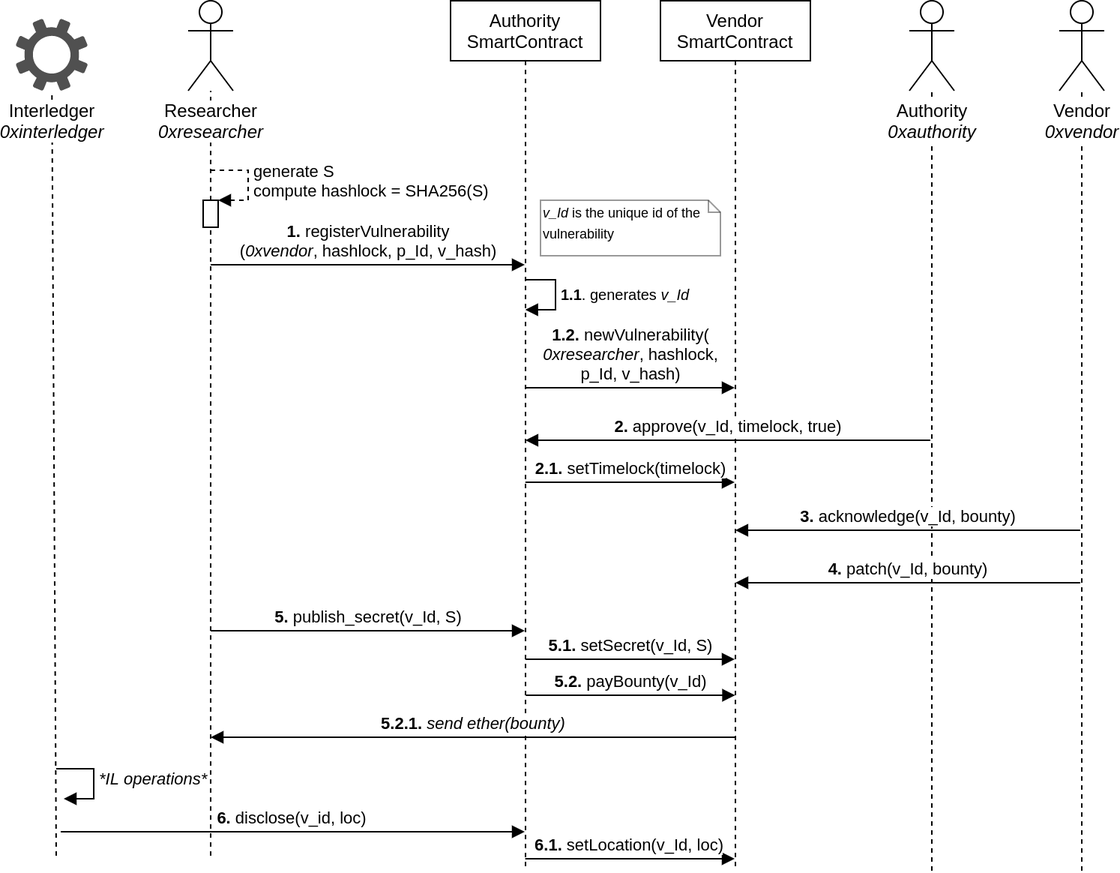
SOFIE-project/ARD-Implementation keeps this draw.io diagram as images/ARD-Flow.png. Above is the earlier version. Source tidied: cells renumbered, new cells last; positions are measured from the earlier drawing's top-left corner, leaving out a move shared by most shapes. The source it was exported from:
```xml
<mxGraphModel>
  <root>
    <mxCell id="0" />
    <mxCell id="1" parent="0" />
    <mxCell id="2" style="endArrow=none;dashed=1;html=1;" parent="1" edge="1" target="26">
      <mxGeometry relative="1" as="geometry">
        <mxPoint x="27" y="570" as="sourcePoint" />
      </mxGeometry>
    </mxCell>
    <mxCell id="3" value="Vendor&lt;br&gt;SmartContract" style="shape=umlLifeline;perimeter=lifelinePerimeter;whiteSpace=wrap;html=1;" parent="1" vertex="1">
      <mxGeometry x="430" width="100" height="580" as="geometry" />
    </mxCell>
    <mxCell id="4" value="&lt;b&gt;2.&lt;/b&gt; approve(v_Id, timelock, true)" style="html=1;verticalAlign=bottom;endArrow=block;" parent="3" edge="1">
      <mxGeometry relative="1" as="geometry">
        <mxPoint x="180" y="293" as="sourcePoint" />
        <mxPoint x="-90.1" y="293" as="targetPoint" />
      </mxGeometry>
    </mxCell>
    <mxCell id="5" style="endArrow=none;dashed=1;html=1;" parent="1" edge="1" source="23" target="6">
      <mxGeometry relative="1" as="geometry" />
    </mxCell>
    <mxCell id="6" value="Researcher&lt;br&gt;&lt;i&gt;0xresearcher&lt;/i&gt;" style="shape=umlActor;verticalLabelPosition=bottom;labelBackgroundColor=#ffffff;verticalAlign=top;html=1;" parent="1" vertex="1">
      <mxGeometry x="115" width="30" height="60" as="geometry" />
    </mxCell>
    <mxCell id="7" style="endArrow=none;dashed=1;html=1;" parent="1" edge="1" target="8">
      <mxGeometry relative="1" as="geometry">
        <mxPoint x="611" y="580" as="sourcePoint" />
      </mxGeometry>
    </mxCell>
    <mxCell id="8" value="Authority&lt;br&gt;&lt;i&gt;0xauthority&lt;/i&gt;" style="shape=umlActor;verticalLabelPosition=bottom;labelBackgroundColor=#ffffff;verticalAlign=top;html=1;" parent="1" vertex="1">
      <mxGeometry x="596" width="30" height="60" as="geometry" />
    </mxCell>
    <mxCell id="9" style="endArrow=none;dashed=1;html=1;" parent="1" edge="1" target="10">
      <mxGeometry relative="1" as="geometry">
        <mxPoint x="711" y="580" as="sourcePoint" />
      </mxGeometry>
    </mxCell>
    <mxCell id="10" value="Vendor&lt;br&gt;&lt;i&gt;0xvendor&lt;/i&gt;" style="shape=umlActor;verticalLabelPosition=bottom;labelBackgroundColor=#ffffff;verticalAlign=top;html=1;" parent="1" vertex="1">
      <mxGeometry x="696" width="30" height="60" as="geometry" />
    </mxCell>
    <mxCell id="11" value="Authority&lt;br&gt;SmartContract" style="shape=umlLifeline;perimeter=lifelinePerimeter;whiteSpace=wrap;html=1;outlineConnect=0;" parent="1" vertex="1">
      <mxGeometry x="290" width="100" height="580" as="geometry" />
    </mxCell>
    <mxCell id="12" value="&lt;b&gt;1.&lt;/b&gt; registerVulnerability&lt;br&gt;(&lt;i&gt;0xvendor&lt;/i&gt;, hashlock, p_Id, v_hash)" style="html=1;verticalAlign=bottom;endArrow=block;" parent="1" edge="1">
      <mxGeometry relative="1" as="geometry">
        <mxPoint x="130" y="176" as="sourcePoint" />
        <mxPoint x="339.5" y="176" as="targetPoint" />
      </mxGeometry>
    </mxCell>
    <mxCell id="13" value="generate S&lt;br&gt;compute hashlock = SHA256(S)" style="edgeStyle=orthogonalEdgeStyle;html=1;align=left;spacingLeft=2;endArrow=block;rounded=0;entryX=1;entryY=0;dashed=1;" parent="1" edge="1">
      <mxGeometry relative="1" as="geometry">
        <mxPoint x="130" y="113" as="sourcePoint" />
        <mxPoint x="135" y="133" as="targetPoint" />
        <Array as="points">
          <mxPoint x="155" y="113" />
        </Array>
      </mxGeometry>
    </mxCell>
    <mxCell id="14" value="&lt;font style=&quot;font-size: 10px&quot;&gt;&lt;b&gt;1.1&lt;/b&gt;. generates &lt;i&gt;v_Id&lt;/i&gt;&lt;/font&gt;" style="edgeStyle=orthogonalEdgeStyle;html=1;align=left;spacingLeft=2;endArrow=block;rounded=0;" parent="1" edge="1" target="11">
      <mxGeometry relative="1" as="geometry">
        <mxPoint x="340" y="186" as="sourcePoint" />
        <Array as="points">
          <mxPoint x="360" y="186" />
          <mxPoint x="360" y="206" />
        </Array>
      </mxGeometry>
    </mxCell>
    <mxCell id="15" value="&lt;font style=&quot;font-size: 9px&quot;&gt;&lt;i&gt;v_Id&lt;/i&gt;&amp;nbsp;is the unique id of the vulnerability&lt;/font&gt;" style="shape=note;whiteSpace=wrap;html=1;size=8;verticalAlign=top;align=left;spacingTop=-6;opacity=40;" parent="1" vertex="1">
      <mxGeometry x="350" y="133" width="120" height="37" as="geometry" />
    </mxCell>
    <mxCell id="16" value="&lt;b&gt;1.2.&lt;/b&gt; newVulnerability(&lt;br&gt;&lt;i&gt;0xresearcher&lt;/i&gt;, hashlock,&lt;br&gt;p_Id, v_hash)" style="html=1;verticalAlign=bottom;endArrow=block;" parent="1" edge="1">
      <mxGeometry relative="1" as="geometry">
        <mxPoint x="339.9" y="258" as="sourcePoint" />
        <mxPoint x="479.5" y="258" as="targetPoint" />
      </mxGeometry>
    </mxCell>
    <mxCell id="17" value="&lt;b&gt;2.1.&lt;/b&gt; setTimelock(timelock)" style="html=1;verticalAlign=bottom;endArrow=block;" parent="1" edge="1">
      <mxGeometry relative="1" as="geometry">
        <mxPoint x="339.9" y="321" as="sourcePoint" />
        <mxPoint x="479.5" y="321" as="targetPoint" />
      </mxGeometry>
    </mxCell>
    <mxCell id="18" value="&lt;b&gt;3.&lt;/b&gt; acknowledge(v_Id, bounty)" style="html=1;verticalAlign=bottom;endArrow=block;" parent="1" edge="1">
      <mxGeometry relative="1" as="geometry">
        <mxPoint x="710" y="353" as="sourcePoint" />
        <mxPoint x="479.9" y="353" as="targetPoint" />
      </mxGeometry>
    </mxCell>
    <mxCell id="19" value="&lt;b&gt;4.&lt;/b&gt; patch(v_Id, bounty)" style="html=1;verticalAlign=bottom;endArrow=block;" parent="1" edge="1">
      <mxGeometry relative="1" as="geometry">
        <mxPoint x="710" y="388" as="sourcePoint" />
        <mxPoint x="480" y="388" as="targetPoint" />
      </mxGeometry>
    </mxCell>
    <mxCell id="20" value="&lt;b&gt;5. &lt;/b&gt;publish_secret(v_Id, S)" style="html=1;verticalAlign=bottom;endArrow=block;" parent="1" edge="1" target="11">
      <mxGeometry relative="1" as="geometry">
        <mxPoint x="130" y="420" as="sourcePoint" />
      </mxGeometry>
    </mxCell>
    <mxCell id="21" value="&lt;b&gt;5.1. &lt;/b&gt;setSecret(v_Id, S)" style="html=1;verticalAlign=bottom;endArrow=block;" parent="1" edge="1">
      <mxGeometry relative="1" as="geometry">
        <mxPoint x="339.9" y="439" as="sourcePoint" />
        <mxPoint x="479.5" y="439" as="targetPoint" />
      </mxGeometry>
    </mxCell>
    <mxCell id="22" value="&lt;b&gt;5.2.&lt;/b&gt;&amp;nbsp;payBounty(v_Id)" style="html=1;verticalAlign=bottom;endArrow=block;" parent="1" edge="1">
      <mxGeometry relative="1" as="geometry">
        <mxPoint x="340.2" y="463" as="sourcePoint" />
        <mxPoint x="479.8" y="463" as="targetPoint" />
      </mxGeometry>
    </mxCell>
    <mxCell id="23" style="html=1;points=[];perimeter=orthogonalPerimeter;" parent="1" vertex="1">
      <mxGeometry x="125" y="133" width="10" height="18" as="geometry" />
    </mxCell>
    <mxCell id="24" style="endArrow=none;dashed=1;html=1;" parent="1" edge="1" target="23">
      <mxGeometry relative="1" as="geometry">
        <mxPoint x="130" y="570" as="sourcePoint" />
      </mxGeometry>
    </mxCell>
    <mxCell id="25" value="&lt;b&gt;5.2.1.&lt;/b&gt;&lt;i&gt; send ether(bounty)&lt;/i&gt;" style="html=1;verticalAlign=bottom;endArrow=block;" parent="1" edge="1">
      <mxGeometry relative="1" as="geometry">
        <mxPoint x="479.5" y="491" as="sourcePoint" />
        <mxPoint x="130" y="491" as="targetPoint" />
      </mxGeometry>
    </mxCell>
    <mxCell id="26" value="&lt;span style=&quot;background-color: rgb(255 , 255 , 255)&quot;&gt;Interledger&lt;br&gt;&lt;i&gt;0xinterledger&lt;/i&gt;&lt;/span&gt;" style="shadow=0;dashed=0;html=1;strokeColor=none;fillColor=#505050;labelPosition=center;verticalLabelPosition=bottom;verticalAlign=top;outlineConnect=0;align=center;shape=mxgraph.office.concepts.settings;" parent="1" vertex="1">
      <mxGeometry y="12" width="48" height="48" as="geometry" />
    </mxCell>
    <mxCell id="27" value="&lt;b&gt;6.&lt;/b&gt; disclose(v_id, loc)" style="html=1;verticalAlign=bottom;endArrow=block;" parent="1" edge="1">
      <mxGeometry relative="1" as="geometry">
        <mxPoint x="30" y="554" as="sourcePoint" />
        <mxPoint x="339.5" y="554" as="targetPoint" />
      </mxGeometry>
    </mxCell>
    <mxCell id="28" value="&lt;b&gt;6.1. &lt;/b&gt;setLocation(v_Id, loc)" style="html=1;verticalAlign=bottom;endArrow=block;" parent="1" edge="1">
      <mxGeometry relative="1" as="geometry">
        <mxPoint x="339.8" y="572" as="sourcePoint" />
        <mxPoint x="479.5" y="572" as="targetPoint" />
      </mxGeometry>
    </mxCell>
    <mxCell id="29" value="&lt;i&gt;*IL operations*&lt;/i&gt;" style="edgeStyle=orthogonalEdgeStyle;html=1;align=left;spacingLeft=2;endArrow=block;rounded=0;entryX=1;entryY=0;" parent="1" edge="1">
      <mxGeometry relative="1" as="geometry">
        <mxPoint x="27" y="512" as="sourcePoint" />
        <mxPoint x="32" y="532" as="targetPoint" />
        <Array as="points">
          <mxPoint x="52" y="512" />
        </Array>
      </mxGeometry>
    </mxCell>
  </root>
</mxGraphModel>
```
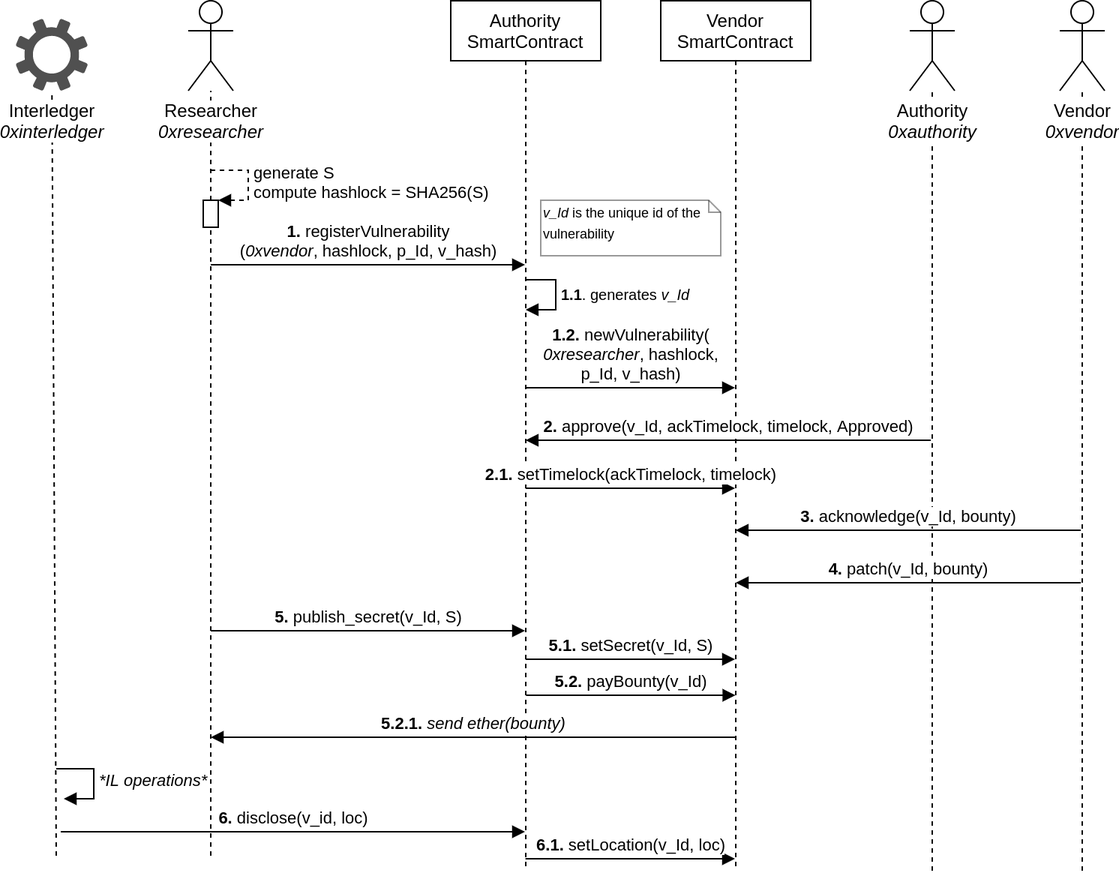
Later version of the same file.

Change to the diagram source:
```diff
@@ -10,7 +10,7 @@
     <mxCell id="3" value="Vendor&lt;br&gt;SmartContract" style="shape=umlLifeline;perimeter=lifelinePerimeter;whiteSpace=wrap;html=1;" parent="1" vertex="1">
       <mxGeometry x="430" width="100" height="580" as="geometry" />
     </mxCell>
-    <mxCell id="4" value="&lt;b&gt;2.&lt;/b&gt; approve(v_Id, timelock, true)" style="html=1;verticalAlign=bottom;endArrow=block;" parent="3" edge="1">
+    <mxCell id="4" value="&lt;b&gt;2.&lt;/b&gt; approve(v_Id, ackTimelock, timelock, Approved)" style="html=1;verticalAlign=bottom;endArrow=block;" parent="3" edge="1">
       <mxGeometry relative="1" as="geometry">
         <mxPoint x="180" y="293" as="sourcePoint" />
         <mxPoint x="-90.1" y="293" as="targetPoint" />
@@ -74,10 +74,10 @@
         <mxPoint x="479.5" y="258" as="targetPoint" />
       </mxGeometry>
     </mxCell>
-    <mxCell id="17" value="&lt;b&gt;2.1.&lt;/b&gt; setTimelock(timelock)" style="html=1;verticalAlign=bottom;endArrow=block;" parent="1" edge="1">
+    <mxCell id="17" value="&lt;b&gt;2.1.&lt;/b&gt; setTimelock(ackTimelock, timelock)" style="html=1;verticalAlign=bottom;endArrow=block;" parent="1" edge="1">
       <mxGeometry relative="1" as="geometry">
-        <mxPoint x="339.9" y="321" as="sourcePoint" />
-        <mxPoint x="479.5" y="321" as="targetPoint" />
+        <mxPoint x="339.9" y="325" as="sourcePoint" />
+        <mxPoint x="479.5" y="325" as="targetPoint" />
       </mxGeometry>
     </mxCell>
     <mxCell id="18" value="&lt;b&gt;3.&lt;/b&gt; acknowledge(v_Id, bounty)" style="html=1;verticalAlign=bottom;endArrow=block;" parent="1" edge="1">
```
